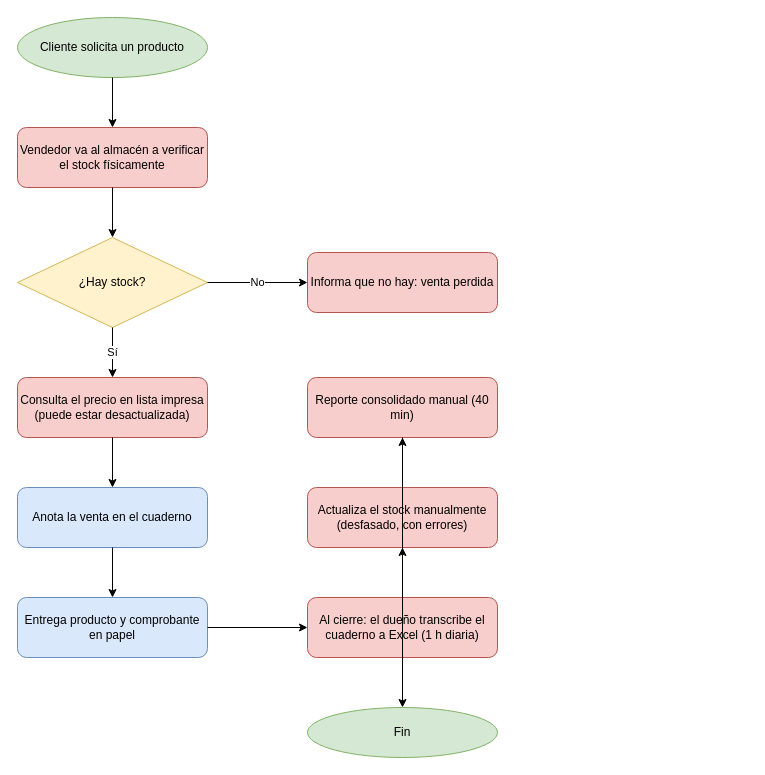
Before: 02_Diseno_Tecnico/03_Flujo_AS-IS.drawio in u00041062-cyber/ferreteria-inventario-ventas, a draw.io diagram. Source tidied: cells renumbered, new cells numbered last; positions are measured from the earlier drawing's top-left corner, leaving out a move shared by most shapes. Both pictures are drawn from the tidied source at 100%, with x=0, y=0 at pixel (17, 17).
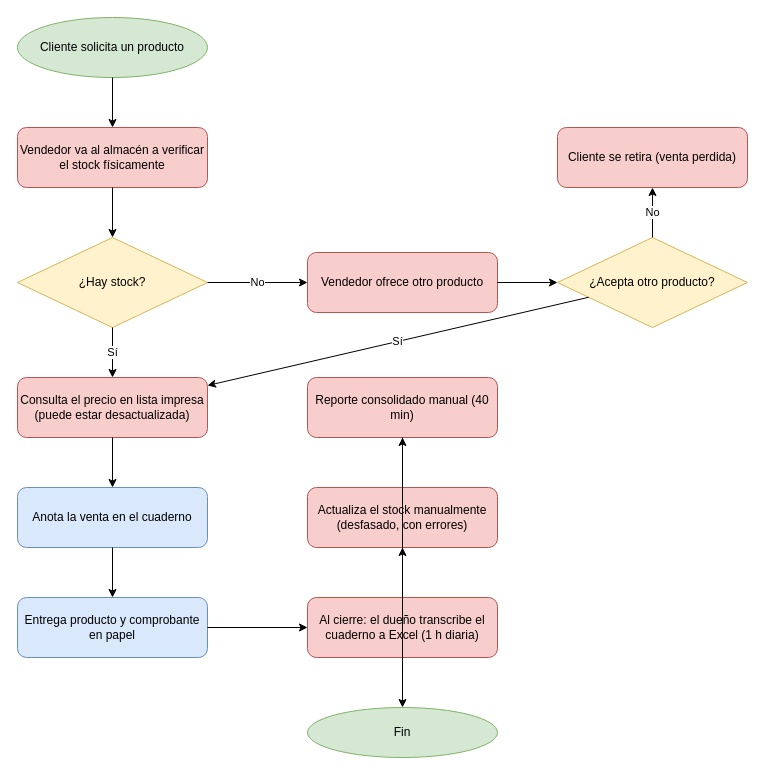
The same page after the edit.

The change refers to these unchanged cells:
```xml
<mxCell id="6" value="Consulta el precio en lista impresa (puede estar desactualizada)" style="rounded=1;whiteSpace=wrap;html=1;fillColor=#f8cecc;strokeColor=#b85450;" parent="1" vertex="1">
  <mxGeometry y="360" width="190" height="60" as="geometry" />
</mxCell>
```

The edit, as a diff of the source:
```diff
@@
-    <mxCell id="5" value="Informa que no hay: venta perdida" style="rounded=1;whiteSpace=wrap;html=1;fillColor=#f8cecc;strokeColor=#b85450;" parent="1" vertex="1">
+    <mxCell id="5" value="Vendedor ofrece otro producto" style="rounded=1;whiteSpace=wrap;html=1;fillColor=#f8cecc;strokeColor=#b85450;" parent="1" vertex="1">
       <mxGeometry x="290" y="235" width="190" height="60" as="geometry" />
     </mxCell>
@@
+    <mxCell id="23" value="¿Acepta otro producto?" style="rhombus;whiteSpace=wrap;html=1;fillColor=#fff2cc;strokeColor=#d6b656;" parent="1" vertex="1">
+      <mxGeometry x="540" y="220" width="190" height="90" as="geometry" />
+    </mxCell>
+    <mxCell id="24" value="Cliente se retira (venta perdida)" style="rounded=1;whiteSpace=wrap;html=1;fillColor=#f8cecc;strokeColor=#b85450;" parent="1" vertex="1">
+      <mxGeometry x="540" y="110" width="190" height="60" as="geometry" />
+    </mxCell>
+    <mxCell id="25" style="endArrow=classic;html=1;" parent="1" edge="1" source="5" target="23">
+      <mxGeometry relative="1" as="geometry" />
+    </mxCell>
+    <mxCell id="26" value="No" style="endArrow=classic;html=1;" parent="1" edge="1" source="23" target="24">
+      <mxGeometry relative="1" as="geometry" />
+    </mxCell>
+    <mxCell id="27" value="Sí" style="endArrow=classic;html=1;" parent="1" edge="1" source="23" target="6">
+      <mxGeometry relative="1" as="geometry" />
+    </mxCell>
```
